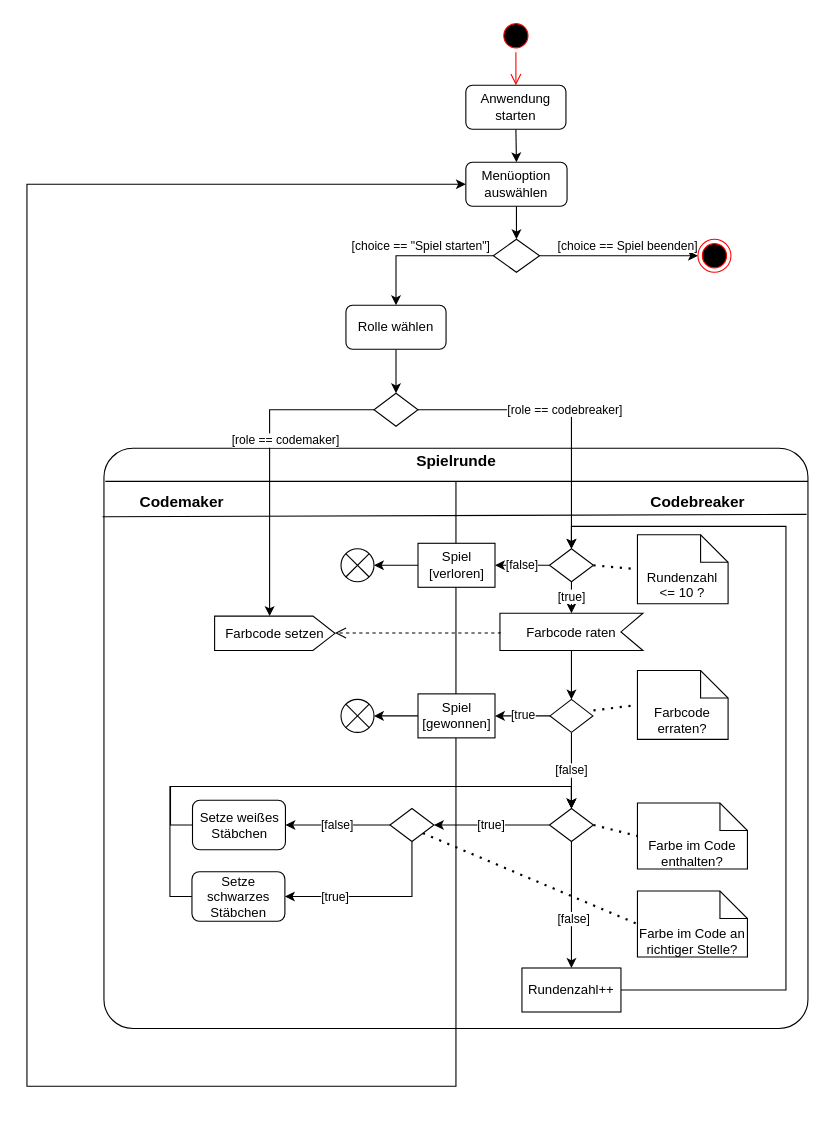
Above: diagrams/aktivitaetsdiagramm_new.drawio in a-urbanek/superhirn_22 (draw.io), before the change. Source tidied: cells renumbered, new cells numbered last; positions are measured from the earlier drawing's top-left corner, leaving out a move shared by most shapes. Both pictures are drawn from the tidied source at 110%, with x=0, y=0 at pixel (26, 19).
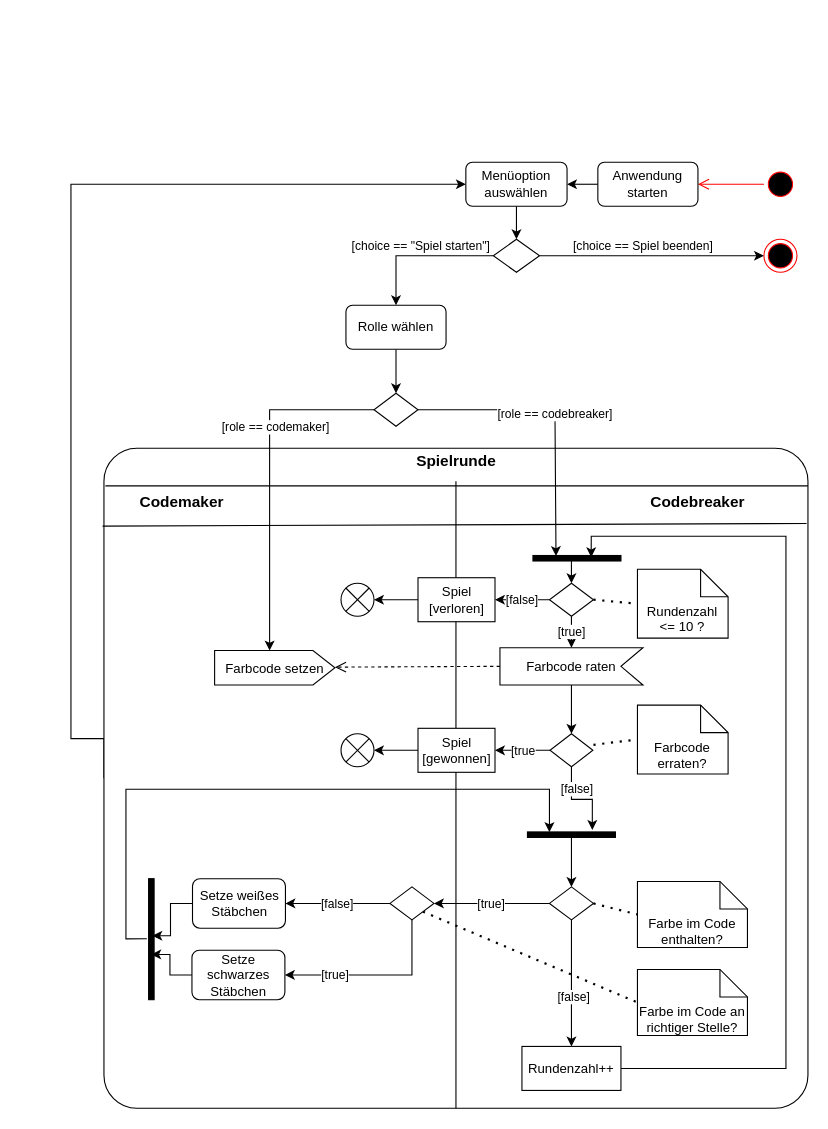
After the change.

Commit message:
Erweiterung mit Join/Forks

The change refers to these unchanged cells:
```xml
<mxCell id="16" style="edgeStyle=orthogonalEdgeStyle;rounded=0;jettySize=auto;html=1;exitX=0;exitY=0.5;exitDx=0;exitDy=0;entryX=0;entryY=0;entryDx=50;entryDy=0;entryPerimeter=0;" parent="1" edge="1" source="19" target="48">
  <mxGeometry relative="1" as="geometry" />
</mxCell>
<mxCell id="19" style="rhombus;whiteSpace=wrap;html=1;" parent="1" vertex="1">
  <mxGeometry x="315.5" y="340" width="40" height="30" as="geometry" />
</mxCell>
<mxCell id="21" value="Menüoption auswählen" style="rounded=1;whiteSpace=wrap;html=1;" parent="1" vertex="1">
  <mxGeometry x="399" y="130" width="92" height="40" as="geometry" />
</mxCell>
```

Change to the diagram source:
```diff
@@
-    <mxCell id="2" style="edgeStyle=orthogonalEdgeStyle;rounded=0;jettySize=auto;html=1;exitX=0.5;exitY=1;exitDx=0;exitDy=0;entryX=0;entryY=0.5;entryDx=0;entryDy=0;" parent="1" edge="1" source="3" target="21">
+    <mxCell id="2" style="edgeStyle=orthogonalEdgeStyle;rounded=0;jettySize=auto;html=1;exitX=0;exitY=0.5;exitDx=0;exitDy=0;entryX=0;entryY=0.5;entryDx=0;entryDy=0;" parent="1" edge="1" source="3" target="21">
       <mxGeometry relative="1" as="geometry">
         <Array as="points">
-          <mxPoint x="390" y="970" />
-          <mxPoint y="970" />
-          <mxPoint y="150" />
+          <mxPoint x="70" y="654" />
+          <mxPoint x="40" y="654" />
+          <mxPoint x="40" y="150" />
         </Array>
       </mxGeometry>
     </mxCell>
     <mxCell id="3" style="rounded=1;whiteSpace=wrap;html=1;arcSize=5;" parent="1" vertex="1">
-      <mxGeometry x="70" y="390" width="640" height="527.5" as="geometry" />
+      <mxGeometry x="70" y="390" width="640" height="600" as="geometry" />
     </mxCell>
     <mxCell id="4" style="ellipse;html=1;shape=startState;fillColor=#000000;strokeColor=#ff0000;" parent="1" vertex="1">
-      <mxGeometry x="429.5" width="30" height="30" as="geometry" />
+      <mxGeometry x="670" y="135" width="30" height="30" as="geometry" />
     </mxCell>
-    <mxCell id="5" style="edgeStyle=orthogonalEdgeStyle;html=1;verticalAlign=bottom;endArrow=open;endSize=8;strokeColor=#ff0000;rounded=0;entryX=0.5;entryY=0;entryDx=0;entryDy=0;" parent="1" edge="1" source="4" target="7">
+    <mxCell id="5" style="edgeStyle=orthogonalEdgeStyle;html=1;verticalAlign=bottom;endArrow=open;endSize=8;strokeColor=#ff0000;rounded=0;entryX=1;entryY=0.5;entryDx=0;entryDy=0;" parent="1" edge="1" source="4" target="7">
       <mxGeometry relative="1" as="geometry" />
     </mxCell>
-    <mxCell id="6" style="edgeStyle=orthogonalEdgeStyle;rounded=0;jettySize=auto;html=1;exitX=0.5;exitY=1;exitDx=0;exitDy=0;entryX=0.5;entryY=0;entryDx=0;entryDy=0;" parent="1" edge="1" source="7" target="21">
+    <mxCell id="6" style="edgeStyle=orthogonalEdgeStyle;rounded=0;jettySize=auto;html=1;exitX=0;exitY=0.5;exitDx=0;exitDy=0;entryX=1;entryY=0.5;entryDx=0;entryDy=0;" parent="1" edge="1" source="7" target="21">
       <mxGeometry relative="1" as="geometry" />
     </mxCell>
     <mxCell id="7" value="&lt;div&gt;Anwendung starten&lt;/div&gt;" style="rounded=1;whiteSpace=wrap;html=1;" parent="1" vertex="1">
-      <mxGeometry x="399" y="60" width="91" height="40" as="geometry" />
+      <mxGeometry x="519" y="130" width="91" height="40" as="geometry" />
     </mxCell>
@@
     <mxCell id="13" style="ellipse;html=1;shape=endState;fillColor=#000000;strokeColor=#ff0000;" parent="1" vertex="1">
-      <mxGeometry x="610" y="200" width="30" height="30" as="geometry" />
+      <mxGeometry x="670" y="200" width="30" height="30" as="geometry" />
     </mxCell>
@@
     <mxCell id="17" value="[role == codemaker]" style="edgeLabel;html=1;align=center;verticalAlign=middle;" parent="16" vertex="1">
       <mxGeometry x="-0.09" y="3" relative="1" as="geometry">
-        <mxPoint x="11" y="-7" as="offset" />
+        <mxPoint x="2" y="-33" as="offset" />
       </mxGeometry>
     </mxCell>
-    <mxCell id="18" value="[role == codebreaker]" style="edgeStyle=orthogonalEdgeStyle;rounded=0;jettySize=auto;html=1;exitX=1;exitY=0.5;exitDx=0;exitDy=0;entryX=0.5;entryY=0;entryDx=0;entryDy=0;" parent="1" edge="1" source="19" target="27">
-      <mxGeometry relative="1" as="geometry" />
+    <mxCell id="18" value="[role == codebreaker]" style="edgeStyle=orthogonalEdgeStyle;rounded=0;jettySize=auto;html=1;exitX=1;exitY=0.5;exitDx=0;exitDy=0;entryX=0.1;entryY=0.738;entryDx=0;entryDy=0;entryPerimeter=0;" parent="1" edge="1" source="19" target="68">
+      <mxGeometry relative="1" as="geometry">
+        <Array as="points">
+          <mxPoint x="480" y="355" />
+        </Array>
+      </mxGeometry>
     </mxCell>
@@
-    <mxCell id="23" value="[false]" style="edgeStyle=orthogonalEdgeStyle;rounded=0;jettySize=auto;html=1;exitX=0.5;exitY=1;exitDx=0;exitDy=0;entryX=0.5;entryY=0;entryDx=0;entryDy=0;" parent="1" edge="1" source="24" target="32">
-      <mxGeometry relative="1" as="geometry" />
+    <mxCell id="23" value="[false]" style="edgeStyle=orthogonalEdgeStyle;rounded=0;jettySize=auto;html=1;exitX=0.5;exitY=1;exitDx=0;exitDy=0;entryX=-0.366;entryY=0.263;entryDx=0;entryDy=0;entryPerimeter=0;" parent="1" edge="1" source="24" target="67">
+      <mxGeometry x="-0.47" y="5" relative="1" as="geometry" />
     </mxCell>
     <mxCell id="24" style="rhombus;whiteSpace=wrap;html=1;" parent="1" vertex="1">
-      <mxGeometry x="475.5" y="618.3" width="39" height="30" as="geometry" />
+      <mxGeometry x="475.5" y="649.6" width="39" height="30" as="geometry" />
     </mxCell>
@@
     <mxCell id="27" style="rhombus;whiteSpace=wrap;html=1;" parent="1" vertex="1">
-      <mxGeometry x="475" y="481.4" width="40" height="30" as="geometry" />
+      <mxGeometry x="475" y="512.7" width="40" height="30" as="geometry" />
     </mxCell>
     <mxCell id="28" style="endArrow=none;dashed=1;html=1;dashPattern=1 3;strokeWidth=2;rounded=0;entryX=0;entryY=0.5;entryDx=0;entryDy=0;entryPerimeter=0;" parent="1" edge="1" target="52">
       <mxGeometry relative="1" as="geometry">
-        <mxPoint x="515" y="628.3" as="sourcePoint" />
+        <mxPoint x="515" y="659.6" as="sourcePoint" />
       </mxGeometry>
     </mxCell>
@@
     <mxCell id="32" style="rhombus;whiteSpace=wrap;html=1;" parent="1" vertex="1">
-      <mxGeometry x="475" y="717.5" width="40" height="30" as="geometry" />
+      <mxGeometry x="475" y="788.8" width="40" height="30" as="geometry" />
     </mxCell>
     <mxCell id="33" value="Farbe im Code enthalten?" style="shape=note2;boundedLbl=1;whiteSpace=wrap;html=1;size=25;verticalAlign=top;align=center;" parent="1" vertex="1">
-      <mxGeometry x="555" y="712.5" width="100" height="60" as="geometry" />
+      <mxGeometry x="555" y="783.8" width="100" height="60" as="geometry" />
     </mxCell>
@@
-    <mxCell id="35" style="edgeStyle=orthogonalEdgeStyle;rounded=0;jettySize=auto;html=1;exitX=0;exitY=0.5;exitDx=0;exitDy=0;entryX=0.5;entryY=0;entryDx=0;entryDy=0;" parent="1" edge="1" source="36" target="32">
-      <mxGeometry relative="1" as="geometry" />
-    </mxCell>
+    <mxCell id="65" style="edgeStyle=orthogonalEdgeStyle;rounded=0;jettySize=auto;html=1;exitX=0;exitY=0.5;exitDx=0;exitDy=0;entryX=0.682;entryY=0.472;entryDx=0;entryDy=0;entryPerimeter=0;" parent="1" edge="1" source="36" target="66">
+      <mxGeometry relative="1" as="geometry" />
+    </mxCell>
     <mxCell id="36" value="Setze weißes Stäbchen" style="rounded=1;whiteSpace=wrap;html=1;" parent="1" vertex="1">
-      <mxGeometry x="150.5" y="710" width="84.5" height="45" as="geometry" />
+      <mxGeometry x="150.5" y="781.3" width="84.5" height="45" as="geometry" />
     </mxCell>
-    <mxCell id="37" style="edgeStyle=orthogonalEdgeStyle;rounded=0;jettySize=auto;html=1;exitX=0;exitY=0.5;exitDx=0;exitDy=0;entryX=0.5;entryY=0;entryDx=0;entryDy=0;" parent="1" edge="1" source="38" target="32">
+    <mxCell id="37" style="edgeStyle=orthogonalEdgeStyle;rounded=0;jettySize=auto;html=1;exitX=0;exitY=0.5;exitDx=0;exitDy=0;entryX=0.482;entryY=0.626;entryDx=0;entryDy=0;entryPerimeter=0;" parent="1" edge="1" source="38" target="66">
       <mxGeometry relative="1" as="geometry" />
     </mxCell>
     <mxCell id="38" value="Setze schwarzes Stäbchen" style="rounded=1;whiteSpace=wrap;html=1;" parent="1" vertex="1">
-      <mxGeometry x="150" y="775" width="84.5" height="45" as="geometry" />
+      <mxGeometry x="150" y="846.3" width="84.5" height="45" as="geometry" />
     </mxCell>
     <mxCell id="39" value="Farbe im Code an richtiger Stelle?" style="shape=note2;boundedLbl=1;whiteSpace=wrap;html=1;size=25;verticalAlign=top;align=center;" parent="1" vertex="1">
-      <mxGeometry x="555" y="792.5" width="100" height="60" as="geometry" />
+      <mxGeometry x="555" y="863.8" width="100" height="60" as="geometry" />
     </mxCell>
@@
     <mxCell id="43" style="rhombus;whiteSpace=wrap;html=1;" parent="1" vertex="1">
-      <mxGeometry x="330" y="717.5" width="40" height="30" as="geometry" />
+      <mxGeometry x="330" y="788.8" width="40" height="30" as="geometry" />
     </mxCell>
-    <mxCell id="44" style="edgeStyle=orthogonalEdgeStyle;rounded=0;jettySize=auto;html=1;exitX=1;exitY=0.5;exitDx=0;exitDy=0;entryX=0.5;entryY=0;entryDx=0;entryDy=0;" parent="1" edge="1" source="45" target="27">
+    <mxCell id="44" style="edgeStyle=orthogonalEdgeStyle;rounded=0;jettySize=auto;html=1;exitX=1;exitY=0.5;exitDx=0;exitDy=0;entryX=0.3;entryY=0.338;entryDx=0;entryDy=0;entryPerimeter=0;" parent="1" edge="1" source="45" target="68">
       <mxGeometry relative="1" as="geometry">
         <Array as="points">
-          <mxPoint x="690" y="883" />
-          <mxPoint x="690" y="461" />
-          <mxPoint x="495" y="461" />
+          <mxPoint x="690" y="954" />
+          <mxPoint x="690" y="470" />
+          <mxPoint x="513" y="470" />
         </Array>
       </mxGeometry>
     </mxCell>
     <mxCell id="45" value="Rundenzahl++" style="rounded=0;whiteSpace=wrap;html=1;" parent="1" vertex="1">
-      <mxGeometry x="450" y="862.5" width="90" height="40" as="geometry" />
+      <mxGeometry x="450" y="933.8" width="90" height="40" as="geometry" />
     </mxCell>
@@
     <mxCell id="48" value="&lt;font style=&quot;font-size: 12px;&quot;&gt;Farbcode setzen&lt;/font&gt;" style="html=1;shape=mxgraph.infographic.ribbonSimple;notch1=0;notch2=20;align=center;verticalAlign=middle;fontSize=14;fontStyle=0;fillColor=#FFFFFF;whiteSpace=wrap;" parent="1" vertex="1">
-      <mxGeometry x="170.6" y="542.6" width="109.4" height="31.3" as="geometry" />
+      <mxGeometry x="170.6" y="573.9" width="109.4" height="31.3" as="geometry" />
     </mxCell>
@@
     <mxCell id="50" value="&lt;font style=&quot;font-size: 12px;&quot;&gt;Farbcode raten&lt;/font&gt;" style="html=1;shape=mxgraph.infographic.ribbonSimple;notch1=20;notch2=0;align=center;verticalAlign=middle;fontSize=14;fontStyle=0;flipH=1;fillColor=#FFFFFF;whiteSpace=wrap;" parent="1" vertex="1">
-      <mxGeometry x="430" y="540" width="130" height="33.9" as="geometry" />
+      <mxGeometry x="430" y="571.3" width="130" height="33.9" as="geometry" />
     </mxCell>
     <mxCell id="51" value="Rundenzahl &lt;br&gt;&amp;lt;= 10 ?" style="shape=note2;boundedLbl=1;whiteSpace=wrap;html=1;size=25;verticalAlign=top;align=center;" parent="1" vertex="1">
-      <mxGeometry x="555" y="468.7" width="82.4" height="62.6" as="geometry" />
+      <mxGeometry x="555" y="500" width="82.4" height="62.6" as="geometry" />
     </mxCell>
     <mxCell id="52" value="Farbcode erraten?" style="shape=note2;boundedLbl=1;whiteSpace=wrap;html=1;size=25;verticalAlign=top;align=center;" parent="1" vertex="1">
-      <mxGeometry x="555" y="592.1" width="82.4" height="62.6" as="geometry" />
+      <mxGeometry x="555" y="623.5" width="82.4" height="62.6" as="geometry" />
     </mxCell>
@@
     <mxCell id="56" value="Spiel [gewonnen]" style="rounded=0;whiteSpace=wrap;html=1;" parent="1" vertex="1">
-      <mxGeometry x="355.5" y="613.3" width="70" height="40" as="geometry" />
+      <mxGeometry x="355.5" y="644.6" width="70" height="40" as="geometry" />
     </mxCell>
@@
     <mxCell id="58" value="&lt;div&gt;Spiel&lt;/div&gt;&lt;div&gt;[verloren]&lt;br&gt;&lt;/div&gt;" style="rounded=0;whiteSpace=wrap;html=1;" parent="1" vertex="1">
-      <mxGeometry x="355.5" y="476.4" width="70" height="40" as="geometry" />
+      <mxGeometry x="355.5" y="507.7" width="70" height="40" as="geometry" />
     </mxCell>
@@
     <mxCell id="62" style="html=1;verticalAlign=bottom;endArrow=open;dashed=1;endSize=8;edgeStyle=elbowEdgeStyle;elbow=vertical;curved=0;rounded=0;exitX=1;exitY=0.5;exitDx=0;exitDy=0;exitPerimeter=0;entryX=1;entryY=0.5;entryDx=0;entryDy=0;entryPerimeter=0;" parent="1" edge="1" source="50">
       <mxGeometry relative="1" as="geometry">
-        <mxPoint x="280" y="558.3" as="targetPoint" />
+        <mxPoint x="280" y="589.6" as="targetPoint" />
       </mxGeometry>
     </mxCell>
     <mxCell id="63" style="shape=sumEllipse;perimeter=ellipsePerimeter;html=1;backgroundOutline=1;" parent="1" vertex="1">
-      <mxGeometry x="285.5" y="618.3" width="30" height="30" as="geometry" />
+      <mxGeometry x="285.5" y="649.6" width="30" height="30" as="geometry" />
     </mxCell>
     <mxCell id="64" style="shape=sumEllipse;perimeter=ellipsePerimeter;html=1;backgroundOutline=1;" parent="1" vertex="1">
-      <mxGeometry x="285.5" y="481.4" width="30" height="30" as="geometry" />
+      <mxGeometry x="285.5" y="512.7" width="30" height="30" as="geometry" />
     </mxCell>
+    <mxCell id="66" style="html=1;points=[];perimeter=orthogonalPerimeter;fillColor=strokeColor;" parent="1" vertex="1">
+      <mxGeometry x="110.6" y="781.3" width="5" height="110" as="geometry" />
+    </mxCell>
+    <mxCell id="67" style="html=1;points=[];perimeter=orthogonalPerimeter;fillColor=strokeColor;rotation=90;" parent="1" vertex="1">
+      <mxGeometry x="492.5" y="701.3" width="5" height="80" as="geometry" />
+    </mxCell>
+    <mxCell id="68" style="html=1;points=[];perimeter=orthogonalPerimeter;fillColor=strokeColor;rotation=90;" parent="1" vertex="1">
+      <mxGeometry x="497.5" y="450" width="5" height="80" as="geometry" />
+    </mxCell>
+    <mxCell id="69" style="endArrow=classic;html=1;rounded=0;entryX=0.5;entryY=0;entryDx=0;entryDy=0;exitX=-0.1;exitY=0.563;exitDx=0;exitDy=0;exitPerimeter=0;" parent="1" edge="1" source="68" target="27">
+      <mxGeometry relative="1" as="geometry" />
+    </mxCell>
+    <mxCell id="70" style="endArrow=classic;html=1;rounded=0;exitX=-0.318;exitY=0.497;exitDx=0;exitDy=0;exitPerimeter=0;entryX=0.034;entryY=0.75;entryDx=0;entryDy=0;entryPerimeter=0;" parent="1" edge="1" source="66" target="67">
+      <mxGeometry relative="1" as="geometry">
+        <Array as="points">
+          <mxPoint x="90" y="836" />
+          <mxPoint x="90" y="700" />
+          <mxPoint x="475" y="700" />
+        </Array>
+      </mxGeometry>
+    </mxCell>
+    <mxCell id="71" style="endArrow=classic;html=1;rounded=0;entryX=0.5;entryY=0;entryDx=0;entryDy=0;exitX=0.034;exitY=0.5;exitDx=0;exitDy=0;exitPerimeter=0;" parent="1" edge="1" source="67" target="32">
+      <mxGeometry relative="1" as="geometry" />
+    </mxCell>
```
